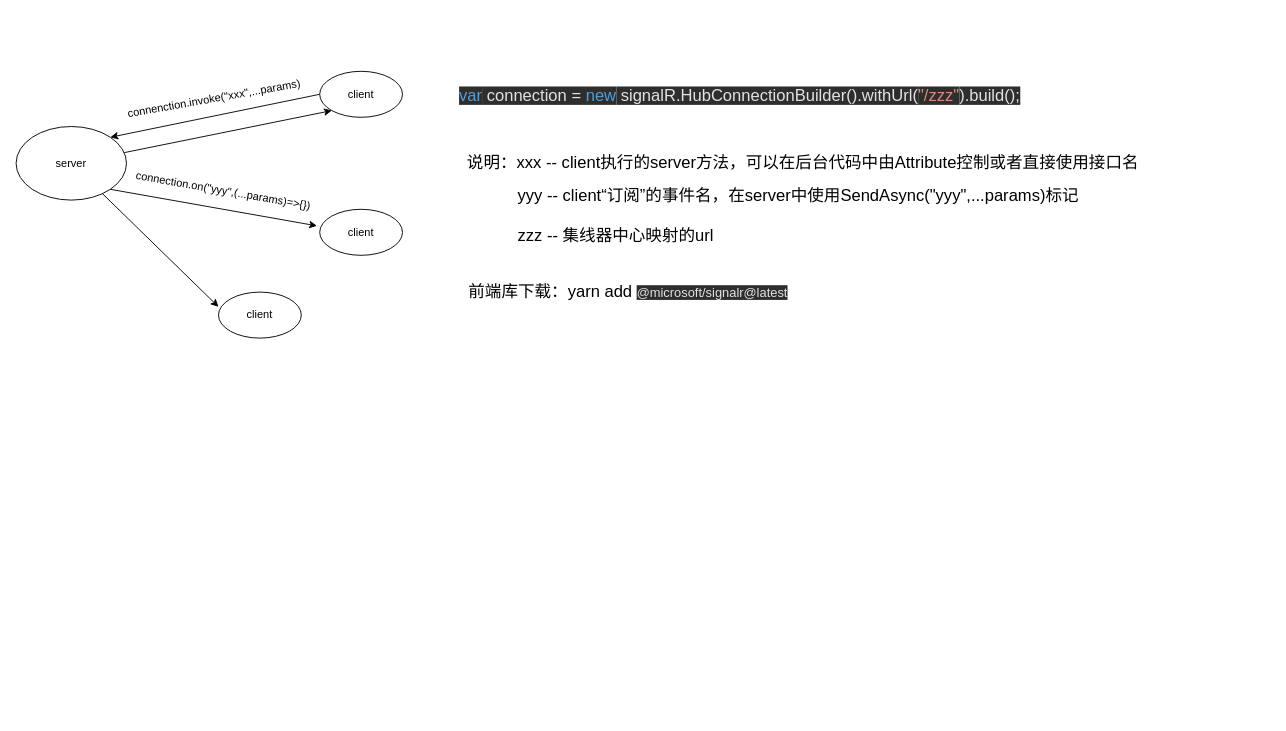
Before: Untitled Diagram.drawio in NotFound404Forbidden/Doc, a draw.io diagram. Source tidied: cells renumbered, new cells numbered last; positions are measured from the earlier drawing's top-left corner, leaving out a move shared by most shapes. Both pictures are drawn from the tidied source at 92%, with x=0, y=0 at pixel (16, 71).
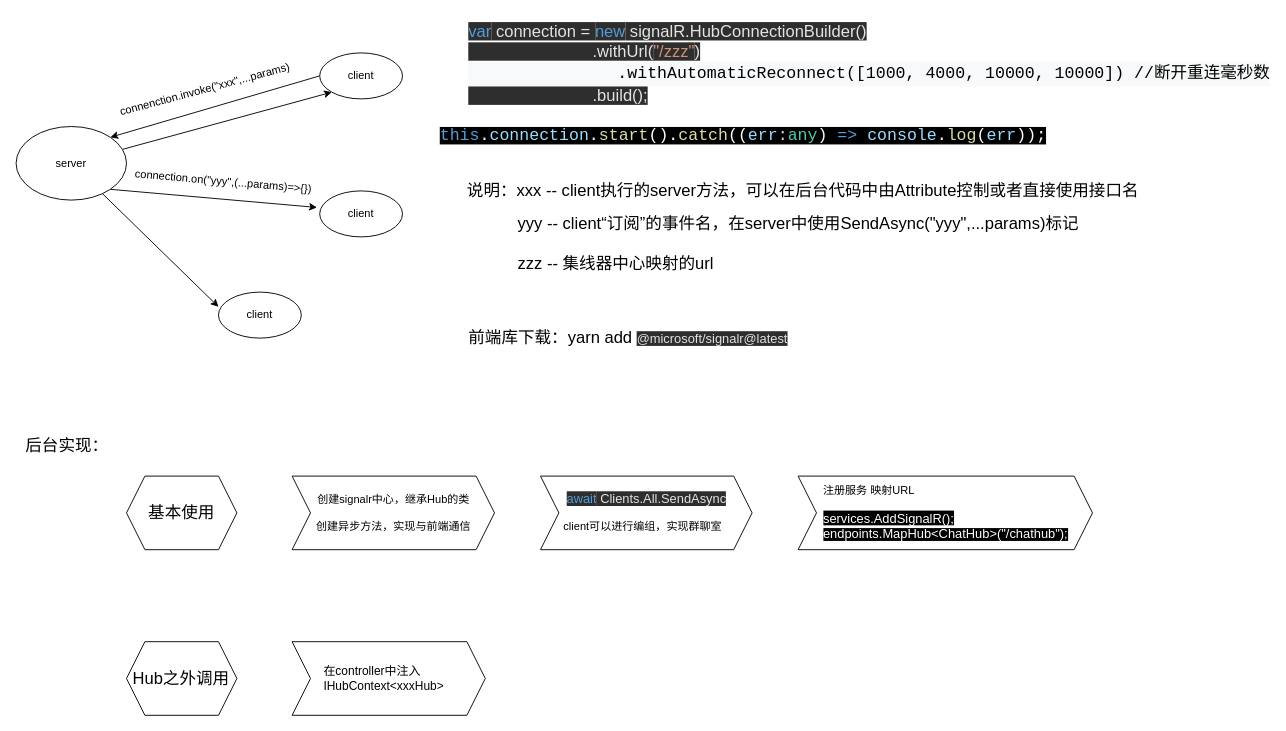
After the change.

Change to the diagram source:
```diff
@@
     <mxCell id="7" value="client" style="ellipse;whiteSpace=wrap;html=1;" parent="1" vertex="1">
-      <mxGeometry x="330" width="90" height="50" as="geometry" />
+      <mxGeometry x="330" y="-20" width="90" height="50" as="geometry" />
     </mxCell>
     <mxCell id="8" value="client" style="ellipse;whiteSpace=wrap;html=1;" parent="1" vertex="1">
-      <mxGeometry x="330" y="150" width="90" height="50" as="geometry" />
+      <mxGeometry x="330" y="130" width="90" height="50" as="geometry" />
     </mxCell>
@@
-    <mxCell id="10" value="connenction.invoke(&quot;xxx&quot;,...params)" style="text;html=1;align=center;verticalAlign=middle;rotation=-10;" parent="1" vertex="1">
-      <mxGeometry x="110" y="20" width="210" height="20" as="geometry" />
+    <mxCell id="10" value="connenction.invoke(&quot;xxx&quot;,...params)" style="text;html=1;align=center;verticalAlign=middle;rotation=-15;" parent="1" vertex="1">
+      <mxGeometry x="100" y="10" width="210" height="20" as="geometry" />
     </mxCell>
-    <mxCell id="11" value="&lt;font style=&quot;font-size: 18px&quot;&gt;&lt;span class=&quot;hljs-keyword&quot; style=&quot;box-sizing: inherit ; outline-color: inherit ; color: rgb(86 , 156 , 214) ; font-style: normal ; font-weight: 400 ; letter-spacing: normal ; text-align: left ; text-indent: 0px ; text-transform: none ; word-spacing: 0px ; background-color: rgb(46 , 46 , 46)&quot;&gt;var&lt;/span&gt;&lt;span style=&quot;color: rgb(227 , 227 , 227) ; font-style: normal ; font-weight: 400 ; letter-spacing: normal ; text-align: left ; text-indent: 0px ; text-transform: none ; word-spacing: 0px ; background-color: rgb(46 , 46 , 46) ; display: inline ; float: none&quot;&gt; connection = &lt;/span&gt;&lt;span class=&quot;hljs-keyword&quot; style=&quot;box-sizing: inherit ; outline-color: inherit ; color: rgb(86 , 156 , 214) ; font-style: normal ; font-weight: 400 ; letter-spacing: normal ; text-align: left ; text-indent: 0px ; text-transform: none ; word-spacing: 0px ; background-color: rgb(46 , 46 , 46)&quot;&gt;new&lt;/span&gt;&lt;span style=&quot;color: rgb(227 , 227 , 227) ; font-style: normal ; font-weight: 400 ; letter-spacing: normal ; text-align: left ; text-indent: 0px ; text-transform: none ; word-spacing: 0px ; background-color: rgb(46 , 46 , 46) ; display: inline ; float: none&quot;&gt; signalR.HubConnectionBuilder().withUrl(&lt;/span&gt;&lt;span class=&quot;hljs-string&quot; style=&quot;box-sizing: inherit ; outline-color: inherit ; color: rgb(206 , 145 , 120) ; font-style: normal ; font-weight: 400 ; letter-spacing: normal ; text-align: left ; text-indent: 0px ; text-transform: none ; word-spacing: 0px ; background-color: rgb(46 , 46 , 46)&quot;&gt;&quot;/zzz&quot;&lt;/span&gt;&lt;span style=&quot;color: rgb(227 , 227 , 227) ; font-style: normal ; font-weight: 400 ; letter-spacing: normal ; text-align: left ; text-indent: 0px ; text-transform: none ; word-spacing: 0px ; background-color: rgb(46 , 46 , 46) ; display: inline ; float: none&quot;&gt;).build();&lt;/span&gt;&lt;/font&gt;" style="text;whiteSpace=wrap;html=1;" parent="1" vertex="1">
-      <mxGeometry x="480" y="10" width="630" height="30" as="geometry" />
+    <mxCell id="11" value="&lt;font style=&quot;font-size: 18px&quot;&gt;&lt;span class=&quot;hljs-keyword&quot; style=&quot;box-sizing: inherit ; outline-color: inherit ; color: rgb(86 , 156 , 214) ; font-style: normal ; font-weight: 400 ; letter-spacing: normal ; text-align: left ; text-indent: 0px ; text-transform: none ; word-spacing: 0px ; background-color: rgb(46 , 46 , 46)&quot;&gt;var&lt;/span&gt;&lt;span style=&quot;color: rgb(227 , 227 , 227) ; font-style: normal ; font-weight: 400 ; letter-spacing: normal ; text-align: left ; text-indent: 0px ; text-transform: none ; word-spacing: 0px ; background-color: rgb(46 , 46 , 46) ; display: inline ; float: none&quot;&gt; connection = &lt;/span&gt;&lt;span class=&quot;hljs-keyword&quot; style=&quot;box-sizing: inherit ; outline-color: inherit ; color: rgb(86 , 156 , 214) ; font-style: normal ; font-weight: 400 ; letter-spacing: normal ; text-align: left ; text-indent: 0px ; text-transform: none ; word-spacing: 0px ; background-color: rgb(46 , 46 , 46)&quot;&gt;new&lt;/span&gt;&lt;span style=&quot;color: rgb(227 , 227 , 227) ; font-style: normal ; font-weight: 400 ; letter-spacing: normal ; text-align: left ; text-indent: 0px ; text-transform: none ; word-spacing: 0px ; background-color: rgb(46 , 46 , 46) ; display: inline ; float: none&quot;&gt; signalR.HubConnectionBuilder()&lt;br&gt;&amp;nbsp; &amp;nbsp; &amp;nbsp; &amp;nbsp; &amp;nbsp; &amp;nbsp; &amp;nbsp; &amp;nbsp; &amp;nbsp; &amp;nbsp; &amp;nbsp; &amp;nbsp; &amp;nbsp; &amp;nbsp;.withUrl(&lt;/span&gt;&lt;span class=&quot;hljs-string&quot; style=&quot;box-sizing: inherit ; outline-color: inherit ; color: rgb(206 , 145 , 120) ; font-style: normal ; font-weight: 400 ; letter-spacing: normal ; text-align: left ; text-indent: 0px ; text-transform: none ; word-spacing: 0px ; background-color: rgb(46 , 46 , 46)&quot;&gt;&quot;/zzz&quot;&lt;/span&gt;&lt;span style=&quot;color: rgb(227 , 227 , 227) ; font-style: normal ; font-weight: 400 ; letter-spacing: normal ; text-align: left ; text-indent: 0px ; text-transform: none ; word-spacing: 0px ; background-color: rgb(46 , 46 , 46) ; display: inline ; float: none&quot;&gt;)&lt;br&gt;&lt;pre style=&quot;color: rgb(0 , 0 , 0) ; background-color: rgb(248 , 249 , 250) ; margin-top: 0px ; margin-bottom: 0px ; padding: 0px ; overflow-wrap: break-word&quot;&gt;&lt;span style=&quot;margin: 0px ; padding: 0px ; line-height: 1.5&quot;&gt;               .withAutomaticReconnect([&lt;/span&gt;1000, 4000, 10000, 10000&lt;span style=&quot;margin: 0px ; padding: 0px ; line-height: 1.5&quot;&gt;]) //断开重连毫秒数&lt;/span&gt;&lt;/pre&gt;&amp;nbsp; &amp;nbsp; &amp;nbsp; &amp;nbsp; &amp;nbsp; &amp;nbsp; &amp;nbsp; &amp;nbsp; &amp;nbsp; &amp;nbsp; &amp;nbsp; &amp;nbsp; &amp;nbsp; &amp;nbsp;.build();&lt;/span&gt;&lt;/font&gt;" style="text;whiteSpace=wrap;html=1;" parent="1" vertex="1">
+      <mxGeometry x="490" y="-60" width="760" height="100" as="geometry" />
     </mxCell>
-    <mxCell id="12" value="connection.on(&quot;yyy&quot;,(...params)=&amp;gt;{})" style="text;html=1;align=center;verticalAlign=middle;rotation=10;" parent="1" vertex="1">
-      <mxGeometry x="120" y="120" width="210" height="20" as="geometry" />
+    <mxCell id="12" value="connection.on(&quot;yyy&quot;,(...params)=&amp;gt;{})" style="text;html=1;align=center;verticalAlign=middle;rotation=5;" parent="1" vertex="1">
+      <mxGeometry x="120" y="110" width="210" height="20" as="geometry" />
     </mxCell>
     <mxCell id="13" value="&lt;font&gt;&lt;span style=&quot;font-size: 18px&quot;&gt;说明：xxx -- client执行的server方法，可以在后台代码中由Attribute控制或者直接使用接口名&lt;/span&gt;&lt;br&gt;&lt;br&gt;&lt;div style=&quot;text-align: left&quot;&gt;&lt;span style=&quot;font-size: 18px&quot;&gt;&amp;nbsp; &amp;nbsp; &amp;nbsp; &amp;nbsp; &amp;nbsp; &amp;nbsp;yyy -- client“订阅”的事件名，在server中使用SendAsync(&quot;yyy&quot;,...params)标记&lt;/span&gt;&lt;/div&gt;&lt;div style=&quot;text-align: left&quot;&gt;&lt;span style=&quot;font-size: 18px&quot;&gt;&amp;nbsp; &amp;nbsp; &amp;nbsp;&lt;/span&gt;&lt;/div&gt;&lt;div style=&quot;text-align: left&quot;&gt;&lt;span style=&quot;font-size: 18px&quot;&gt;&amp;nbsp; &amp;nbsp; &amp;nbsp; &amp;nbsp; &amp;nbsp; &amp;nbsp;zzz -- 集线器中心映射的url&lt;/span&gt;&lt;/div&gt;&lt;/font&gt;" style="text;html=1;align=center;verticalAlign=middle;" parent="1" vertex="1">
-      <mxGeometry x="480" y="100" width="750" height="80" as="geometry" />
+      <mxGeometry x="480" y="130" width="750" height="80" as="geometry" />
     </mxCell>
     <mxCell id="14" value="&lt;font style=&quot;font-size: 18px&quot;&gt;前端库下载：yarn add&amp;nbsp;&lt;/font&gt;&lt;span style=&quot;color: rgb(227 , 227 , 227) ; font-family: , &amp;#34;consolas&amp;#34; , &amp;#34;liberation mono&amp;#34; , &amp;#34;menlo&amp;#34; , &amp;#34;courier&amp;#34; , monospace ; font-size: 14px ; background-color: rgb(46 , 46 , 46)&quot;&gt;@microsoft/signalr@latest&lt;/span&gt;" style="text;html=1;align=left;verticalAlign=middle;" parent="1" vertex="1">
-      <mxGeometry x="490" y="230" width="360" height="20" as="geometry" />
+      <mxGeometry x="490" y="280" width="360" height="20" as="geometry" />
     </mxCell>
+    <mxCell id="15" value="&lt;font style=&quot;font-size: 18px&quot;&gt;后台实现：&lt;/font&gt;" style="text;html=1;align=center;verticalAlign=middle;" parent="1" vertex="1">
+      <mxGeometry y="397" width="110" height="20" as="geometry" />
+    </mxCell>
+    <mxCell id="16" value="&lt;font style=&quot;font-size: 18px&quot;&gt;基本使用&lt;/font&gt;" style="shape=hexagon;perimeter=hexagonPerimeter2;whiteSpace=wrap;html=1;fixedSize=1;" parent="1" vertex="1">
+      <mxGeometry x="120" y="440" width="120" height="80" as="geometry" />
+    </mxCell>
+    <mxCell id="17" value="&amp;nbsp; &amp;nbsp; &amp;nbsp; &amp;nbsp; &amp;nbsp; &amp;nbsp; &amp;nbsp;" style="shape=step;perimeter=stepPerimeter;whiteSpace=wrap;html=1;fixedSize=1;align=left;" parent="1" vertex="1">
+      <mxGeometry x="300" y="440" width="220" height="80" as="geometry" />
+    </mxCell>
+    <mxCell id="18" value="创建signalr中心，继承Hub的类&lt;br&gt;&lt;br&gt;创建异步方法，实现与前端通信" style="text;html=1;align=center;verticalAlign=middle;" parent="1" vertex="1">
+      <mxGeometry x="320" y="455" width="180" height="50" as="geometry" />
+    </mxCell>
+    <mxCell id="19" value="&lt;br&gt;&amp;nbsp; &amp;nbsp; &amp;nbsp; &amp;nbsp;&amp;nbsp;&lt;br&gt;&amp;nbsp; &amp;nbsp; &amp;nbsp; &amp;nbsp;client可以进行编组，实现群聊室" style="shape=step;perimeter=stepPerimeter;whiteSpace=wrap;html=1;fixedSize=1;align=left;" parent="1" vertex="1">
+      <mxGeometry x="570" y="440" width="230" height="80" as="geometry" />
+    </mxCell>
+    <mxCell id="20" value="&lt;span style=&quot;color: rgb(227 , 227 , 227) ; font-family: , &amp;#34;consolas&amp;#34; , &amp;#34;liberation mono&amp;#34; , &amp;#34;menlo&amp;#34; , &amp;#34;courier&amp;#34; , monospace ; font-size: 14px ; text-align: left ; background-color: rgb(46 , 46 , 46)&quot;&gt; &lt;/span&gt;&lt;span class=&quot;hljs-keyword&quot; style=&quot;box-sizing: inherit ; outline-color: inherit ; color: rgb(86 , 156 , 214) ; font-family: , &amp;#34;consolas&amp;#34; , &amp;#34;liberation mono&amp;#34; , &amp;#34;menlo&amp;#34; , &amp;#34;courier&amp;#34; , monospace ; font-size: 14px ; text-align: left ; background-color: rgb(46 , 46 , 46)&quot;&gt;await&lt;/span&gt;&lt;span style=&quot;color: rgb(227 , 227 , 227) ; font-family: , &amp;#34;consolas&amp;#34; , &amp;#34;liberation mono&amp;#34; , &amp;#34;menlo&amp;#34; , &amp;#34;courier&amp;#34; , monospace ; font-size: 14px ; text-align: left ; background-color: rgb(46 , 46 , 46)&quot;&gt; Clients.All.SendAsync&lt;/span&gt;" style="text;html=1;align=center;verticalAlign=middle;" parent="1" vertex="1">
+      <mxGeometry x="590" y="455" width="190" height="20" as="geometry" />
+    </mxCell>
+    <mxCell id="21" style="shape=step;perimeter=stepPerimeter;whiteSpace=wrap;html=1;fixedSize=1;align=left;" parent="1" vertex="1">
+      <mxGeometry x="850" y="440" width="320" height="80" as="geometry" />
+    </mxCell>
+    <mxCell id="22" value="&lt;div style=&quot;text-align: left&quot;&gt;&lt;span style=&quot;background-color: rgb(255 , 255 , 255)&quot;&gt;注册服务 映射URL&lt;/span&gt;&lt;/div&gt;&lt;div style=&quot;text-align: left&quot;&gt;&lt;span style=&quot;background-color: rgb(255 , 255 , 255)&quot;&gt;&lt;br&gt;&lt;/span&gt;&lt;/div&gt;&lt;div style=&quot;text-align: left&quot;&gt;&lt;span style=&quot;font-size: 14px ; background-color: rgb(0 , 0 , 0)&quot;&gt;&lt;font color=&quot;#ffffff&quot;&gt;services.AddSignalR();&lt;/font&gt;&lt;/span&gt;&lt;/div&gt;&lt;font color=&quot;#ffffff&quot; style=&quot;background-color: rgb(0 , 0 , 0)&quot;&gt;&lt;span style=&quot;font-size: 14px ; text-align: left&quot;&gt;endpoints.MapHub&amp;lt;ChatHub&amp;gt;(&lt;/span&gt;&lt;span class=&quot;hljs-string&quot; style=&quot;box-sizing: inherit ; outline-color: inherit ; font-size: 14px ; text-align: left&quot;&gt;&quot;/chathub&quot;&lt;/span&gt;&lt;span style=&quot;font-size: 14px ; text-align: left&quot;&gt;);&lt;/span&gt;&lt;/font&gt;" style="text;html=1;align=center;verticalAlign=middle;" parent="1" vertex="1">
+      <mxGeometry x="870" y="450" width="280" height="60" as="geometry" />
+    </mxCell>
+    <mxCell id="23" value="&lt;div style=&quot;color: rgb(255 , 255 , 255) ; background-color: rgb(0 , 0 , 0) ; font-family: &amp;#34;consolas&amp;#34; , &amp;#34;courier new&amp;#34; , monospace ; font-size: 18px ; line-height: 19px&quot;&gt;&lt;span style=&quot;color: #569cd6&quot;&gt;this&lt;/span&gt;.&lt;span style=&quot;color: #9cdcfe&quot;&gt;connection&lt;/span&gt;.&lt;span style=&quot;color: #dcdcaa&quot;&gt;start&lt;/span&gt;().&lt;span style=&quot;color: #dcdcaa&quot;&gt;catch&lt;/span&gt;((&lt;span style=&quot;color: #9cdcfe&quot;&gt;err&lt;/span&gt;&lt;span style=&quot;color: #d4d4d4&quot;&gt;:&lt;/span&gt;&lt;span style=&quot;color: #4ec9b0&quot;&gt;any&lt;/span&gt;)&amp;nbsp;&lt;span style=&quot;color: #569cd6&quot;&gt;=&amp;gt;&lt;/span&gt;&amp;nbsp;&lt;span style=&quot;color: #9cdcfe&quot;&gt;console&lt;/span&gt;.&lt;span style=&quot;color: #dcdcaa&quot;&gt;log&lt;/span&gt;(&lt;span style=&quot;color: #9cdcfe&quot;&gt;err&lt;/span&gt;));&lt;/div&gt;" style="text;html=1;align=center;verticalAlign=middle;" parent="1" vertex="1">
+      <mxGeometry x="480" y="60" width="620" height="20" as="geometry" />
+    </mxCell>
+    <mxCell id="24" value="&lt;pre style=&quot;margin-top: 0px ; margin-bottom: 0px ; padding: 0px ; overflow-wrap: break-word ; text-align: left ; font-size: 18px&quot;&gt;&lt;br&gt;&lt;/pre&gt;" style="text;html=1;align=center;verticalAlign=middle;" parent="1" vertex="1">
+      <mxGeometry x="770" y="-15" width="20" height="20" as="geometry" />
+    </mxCell>
+    <mxCell id="25" value="&lt;font style=&quot;font-size: 18px&quot;&gt;&amp;nbsp;Hub之外调用&lt;/font&gt;" style="shape=hexagon;perimeter=hexagonPerimeter2;whiteSpace=wrap;html=1;fixedSize=1;align=left;" parent="1" vertex="1">
+      <mxGeometry x="120" y="620" width="120" height="80" as="geometry" />
+    </mxCell>
+    <mxCell id="26" value="&lt;font style=&quot;font-size: 13px&quot;&gt;&amp;nbsp; &amp;nbsp; &amp;nbsp; &amp;nbsp; &amp;nbsp;在controller中注入&amp;nbsp; &amp;nbsp; &amp;nbsp; &amp;nbsp; &amp;nbsp; &amp;nbsp; &amp;nbsp; &amp;nbsp; &amp;nbsp; &amp;nbsp; &amp;nbsp; &amp;nbsp; &amp;nbsp; &amp;nbsp; &amp;nbsp;IHubContext&amp;lt;xxxHub&amp;gt;&lt;/font&gt;" style="shape=step;perimeter=stepPerimeter;whiteSpace=wrap;html=1;fixedSize=1;align=left;" parent="1" vertex="1">
+      <mxGeometry x="300" y="620" width="210" height="80" as="geometry" />
+    </mxCell>
```
